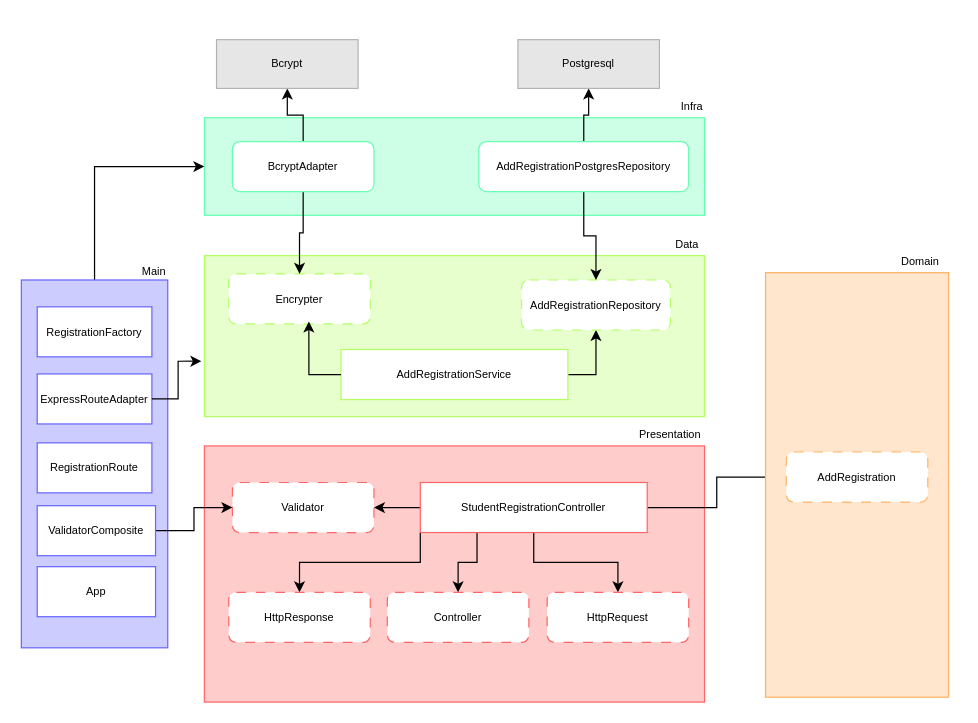
Earlier version of the draw.io diagram diagrams/fluxo-matricula(backend).drawio (RicardoEBarros/challenge-full-stack-web). Source tidied: cells renumbered, new cells numbered last; positions are measured from the earlier drawing's top-left corner, leaving out a move shared by most shapes. Both pictures are drawn from the tidied source at 122%, with x=0, y=0 at pixel (21, 39).
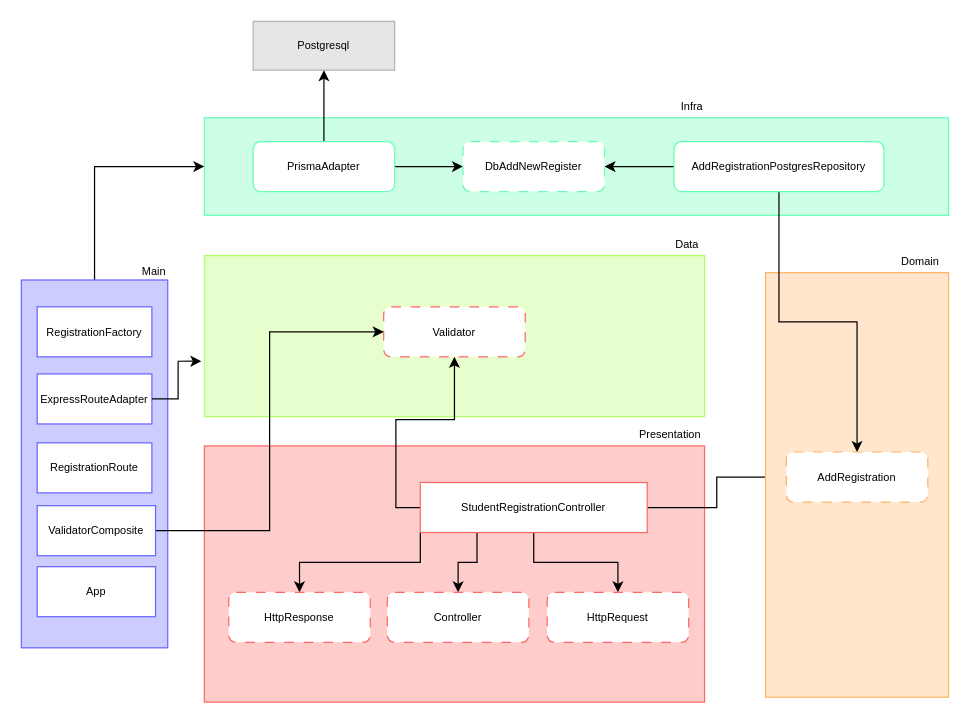
The same page after the edit.

Commit message:
docs(backend): update registration flow diagram

Unchanged cells that the change refers to:
```xml
<mxCell id="14" value="AddRegistration" style="rounded=1;whiteSpace=wrap;html=1;strokeColor=#FFB366;dashed=1;dashPattern=8 8;fontSize=9;" parent="1" vertex="1">
  <mxGeometry x="627" y="338" width="116" height="41" as="geometry" />
</mxCell>
```

The edit, as a diff of the source:
```diff
@@
+    <mxCell id="18" style="rounded=0;whiteSpace=wrap;html=1;fillColor=#E6FFCC;strokeColor=#B3FF66;" parent="1" vertex="1">
+      <mxGeometry x="150" y="177" width="410" height="132" as="geometry" />
+    </mxCell>
@@
     <mxCell id="17" value="Validator" style="rounded=1;whiteSpace=wrap;html=1;strokeColor=#FF6666;dashed=1;dashPattern=8 8;fontSize=9;" parent="1" vertex="1">
-      <mxGeometry x="173" y="363" width="116" height="41" as="geometry" />
+      <mxGeometry x="297" y="219" width="116" height="41" as="geometry" />
     </mxCell>
-    <mxCell id="18" style="rounded=0;whiteSpace=wrap;html=1;fillColor=#E6FFCC;strokeColor=#B3FF66;" parent="1" vertex="1">
-      <mxGeometry x="150" y="177" width="410" height="132" as="geometry" />
-    </mxCell>
@@
-    <mxCell id="20" style="edgeStyle=orthogonalEdgeStyle;rounded=0;jettySize=auto;html=1;exitX=1;exitY=0.5;exitDx=0;exitDy=0;" parent="1" edge="1" source="21" target="24">
-      <mxGeometry relative="1" as="geometry" />
-    </mxCell>
-    <mxCell id="21" value="AddRegistrationService" style="rounded=0;whiteSpace=wrap;html=1;strokeColor=#B3FF66;fontSize=9;" parent="1" vertex="1">
-      <mxGeometry x="262" y="254" width="186" height="41" as="geometry" />
-    </mxCell>
-    <mxCell id="22" value="Encrypter" style="rounded=1;whiteSpace=wrap;html=1;strokeColor=#B3FF66;dashed=1;dashPattern=8 8;fontSize=9;" parent="1" vertex="1">
-      <mxGeometry x="170" y="192" width="116" height="41" as="geometry" />
-    </mxCell>
-    <mxCell id="23" style="edgeStyle=orthogonalEdgeStyle;rounded=0;jettySize=auto;html=1;exitX=0;exitY=0.5;exitDx=0;exitDy=0;entryX=0.566;entryY=0.951;entryDx=0;entryDy=0;entryPerimeter=0;" parent="1" edge="1" source="21" target="22">
-      <mxGeometry relative="1" as="geometry" />
-    </mxCell>
-    <mxCell id="24" value="AddRegistrationRepository" style="rounded=1;whiteSpace=wrap;html=1;strokeColor=#B3FF66;dashed=1;dashPattern=8 8;fontSize=9;" parent="1" vertex="1">
-      <mxGeometry x="410" y="197" width="122" height="41" as="geometry" />
-    </mxCell>
     <mxCell id="25" style="rounded=0;whiteSpace=wrap;html=1;fillColor=#CCFFE6;strokeColor=#66FFB3;" parent="1" vertex="1">
-      <mxGeometry x="150" y="64" width="410" height="80" as="geometry" />
+      <mxGeometry x="150" y="64" width="610" height="80" as="geometry" />
     </mxCell>
@@
-    <mxCell id="27" style="edgeStyle=orthogonalEdgeStyle;rounded=0;jettySize=auto;html=1;entryX=0.5;entryY=0;entryDx=0;entryDy=0;" parent="1" edge="1" source="29" target="22">
-      <mxGeometry relative="1" as="geometry" />
+    <mxCell id="27" style="edgeStyle=orthogonalEdgeStyle;rounded=0;orthogonalLoop=1;jettySize=auto;html=1;entryX=0.5;entryY=0;entryDx=0;entryDy=0;" parent="1" edge="1">
+      <mxGeometry relative="1" as="geometry">
+        <mxPoint x="228" y="192" as="targetPoint" />
+      </mxGeometry>
     </mxCell>
-    <mxCell id="28" style="edgeStyle=orthogonalEdgeStyle;rounded=0;jettySize=auto;html=1;" parent="1" edge="1" source="29" target="30">
-      <mxGeometry relative="1" as="geometry" />
+    <mxCell id="28" style="edgeStyle=orthogonalEdgeStyle;rounded=0;orthogonalLoop=1;jettySize=auto;html=1;" parent="1" edge="1">
+      <mxGeometry relative="1" as="geometry">
+        <mxPoint x="231" y="83.5" as="sourcePoint" />
+      </mxGeometry>
     </mxCell>
-    <mxCell id="29" value="BcryptAdapter" style="rounded=1;whiteSpace=wrap;html=1;strokeColor=#66FFB3;fontSize=9;" parent="1" vertex="1">
-      <mxGeometry x="173" y="83.5" width="116" height="41" as="geometry" />
-    </mxCell>
-    <mxCell id="30" value="Bcrypt" style="rounded=0;whiteSpace=wrap;html=1;fillColor=#E6E6E6;strokeColor=#B3B3B3;fontSize=9;" parent="1" vertex="1">
-      <mxGeometry x="160" width="116" height="40" as="geometry" />
-    </mxCell>
-    <mxCell id="31" style="edgeStyle=orthogonalEdgeStyle;rounded=0;jettySize=auto;html=1;exitX=0.5;exitY=1;exitDx=0;exitDy=0;" parent="1" edge="1" source="33" target="24">
-      <mxGeometry relative="1" as="geometry" />
-    </mxCell>
-    <mxCell id="32" style="edgeStyle=orthogonalEdgeStyle;rounded=0;jettySize=auto;html=1;" parent="1" edge="1" source="33" target="34">
-      <mxGeometry relative="1" as="geometry" />
-    </mxCell>
+    <mxCell id="45" style="edgeStyle=orthogonalEdgeStyle;rounded=0;jettySize=auto;html=1;exitX=0.5;exitY=1;exitDx=0;exitDy=0;entryX=0.5;entryY=0;entryDx=0;entryDy=0;" parent="1" edge="1" source="33" target="14">
+      <mxGeometry relative="1" as="geometry" />
+    </mxCell>
+    <mxCell id="46" style="edgeStyle=orthogonalEdgeStyle;rounded=0;jettySize=auto;html=1;entryX=1;entryY=0.5;entryDx=0;entryDy=0;" parent="1" edge="1" source="33" target="50">
+      <mxGeometry relative="1" as="geometry" />
+    </mxCell>
     <mxCell id="33" value="AddRegistrationPostgresRepository" style="rounded=1;whiteSpace=wrap;html=1;strokeColor=#66FFB3;fontSize=9;" parent="1" vertex="1">
-      <mxGeometry x="375" y="83.5" width="172" height="41" as="geometry" />
+      <mxGeometry x="535" y="83.5" width="172" height="41" as="geometry" />
     </mxCell>
     <mxCell id="34" value="Postgresql" style="rounded=0;whiteSpace=wrap;html=1;fillColor=#E6E6E6;strokeColor=#B3B3B3;fontSize=9;" parent="1" vertex="1">
-      <mxGeometry x="407" width="116" height="40" as="geometry" />
+      <mxGeometry x="190" y="-15" width="116" height="40" as="geometry" />
     </mxCell>
@@
+    <mxCell id="47" style="edgeStyle=orthogonalEdgeStyle;rounded=0;jettySize=auto;html=1;" parent="1" edge="1" source="49" target="34">
+      <mxGeometry relative="1" as="geometry" />
+    </mxCell>
+    <mxCell id="48" style="edgeStyle=orthogonalEdgeStyle;rounded=0;jettySize=auto;html=1;entryX=0;entryY=0.5;entryDx=0;entryDy=0;" parent="1" edge="1" source="49" target="50">
+      <mxGeometry relative="1" as="geometry" />
+    </mxCell>
+    <mxCell id="49" value="PrismaAdapter" style="rounded=1;whiteSpace=wrap;html=1;strokeColor=#66FFB3;fontSize=9;" parent="1" vertex="1">
+      <mxGeometry x="190" y="83.5" width="116" height="41" as="geometry" />
+    </mxCell>
+    <mxCell id="50" value="DbAddNewRegister" style="rounded=1;whiteSpace=wrap;html=1;strokeColor=#66FFB3;fontSize=9;dashed=1;dashPattern=8 8;" parent="1" vertex="1">
+      <mxGeometry x="362" y="83.5" width="116" height="41" as="geometry" />
+    </mxCell>
```
